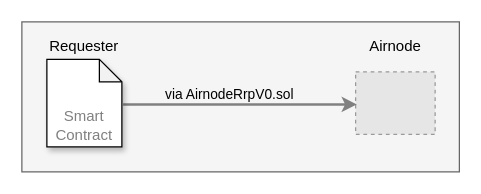
This is docs/reference/airnode/latest/assets/diagrams/requesters-sponsors-1.drawio from api3dao/vitepress-docs, a draw.io file, before an edit. Source tidied: cells renumbered, new cells numbered last; positions are measured from the earlier drawing's top-left corner, leaving out a move shared by most shapes. Both pictures are drawn from the tidied source at 125%, with x=0, y=0 at pixel (21, 21). Pictures stored in the file or linked from it are replaced by grey dashed boxes.
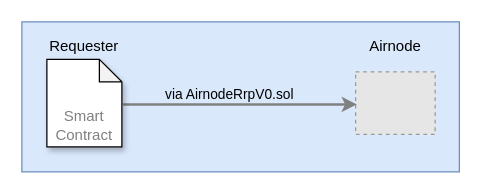
Above is the later version.

What changed in the source:
```diff
@@
 <mxGraphModel>
   <root>
     <mxCell id="0" />
     <mxCell id="1" parent="0" />
-    <mxCell id="2" style="rounded=0;whiteSpace=wrap;html=1;fillColor=#f5f5f5;strokeColor=#666666;fontColor=#333333;" parent="1" vertex="1">
+    <mxCell id="2" style="rounded=0;whiteSpace=wrap;html=1;fillColor=#dae8fc;strokeColor=#6c8ebf;" parent="1" vertex="1">
       <mxGeometry width="350" height="120" as="geometry" />
     </mxCell>
     <mxCell id="3" style="fillColor=#E6E6E6;strokeColor=#999999;dashed=1;verticalLabelPosition=bottom;verticalAlign=top;" parent="1" vertex="1">
       <mxGeometry x="267" y="40" width="63.6" height="50" as="geometry" />
     </mxCell>
     <mxCell id="4" value="Airnode" style="text;html=1;strokeColor=none;fillColor=none;align=center;verticalAlign=middle;whiteSpace=wrap;rounded=0;" parent="1" vertex="1">
       <mxGeometry x="278.8" y="10" width="40" height="20" as="geometry" />
     </mxCell>
     <mxCell id="5" value=" via AirnodeRrpV0.sol " style="edgeStyle=orthogonalEdgeStyle;rounded=0;orthogonalLoop=1;jettySize=auto;entryX=0;entryY=0.5;entryDx=0;entryDy=0;align=left;fontSize=11;strokeWidth=2;strokeColor=#808080;labelBackgroundColor=none;html=1;spacing=2;spacingBottom=4;" parent="1" edge="1">
       <mxGeometry x="-0.69" y="6" relative="1" as="geometry">
         <mxPoint x="81" y="66" as="sourcePoint" />
         <mxPoint x="268" y="66" as="targetPoint" />
       </mxGeometry>
     </mxCell>
     <mxCell id="6" value="&lt;font color=&quot;#808080&quot;&gt;Smart Contract&lt;/font&gt;" style="shape=note;whiteSpace=wrap;html=1;backgroundOutline=1;darkOpacity=0.05;verticalAlign=bottom;shadow=1;size=18;" parent="1" vertex="1">
       <mxGeometry x="20" y="30" width="60" height="70" as="geometry" />
     </mxCell>
     <mxCell id="7" value="Requester" style="text;html=1;strokeColor=none;fillColor=none;align=center;verticalAlign=middle;whiteSpace=wrap;rounded=0;" parent="1" vertex="1">
       <mxGeometry x="30" y="10" width="40" height="20" as="geometry" />
     </mxCell>
   </root>
 </mxGraphModel>
```
